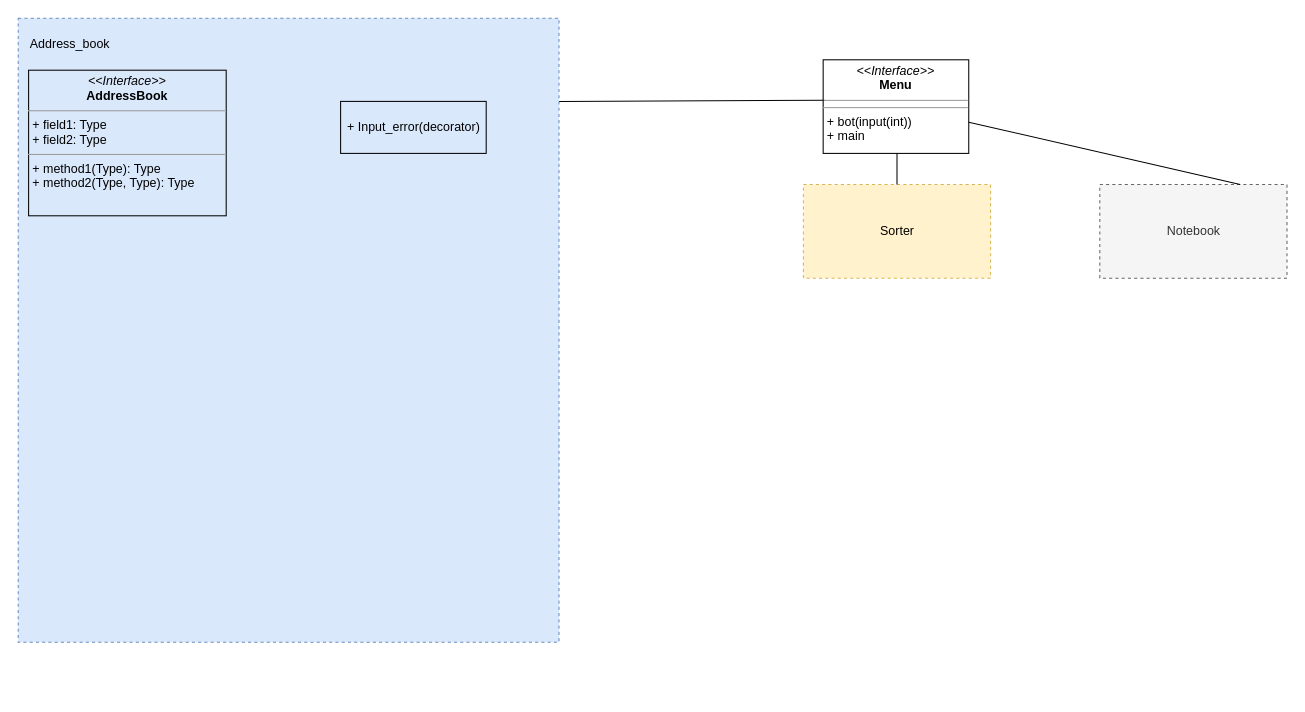
Before: Диаграмма без названия.drawio in shevtania/Project, a draw.io diagram. Source tidied: cells renumbered, new cells numbered last; positions are measured from the earlier drawing's top-left corner, leaving out a move shared by most shapes. Both pictures are drawn from the tidied source at 104%, with x=0, y=0 at pixel (18, 18).
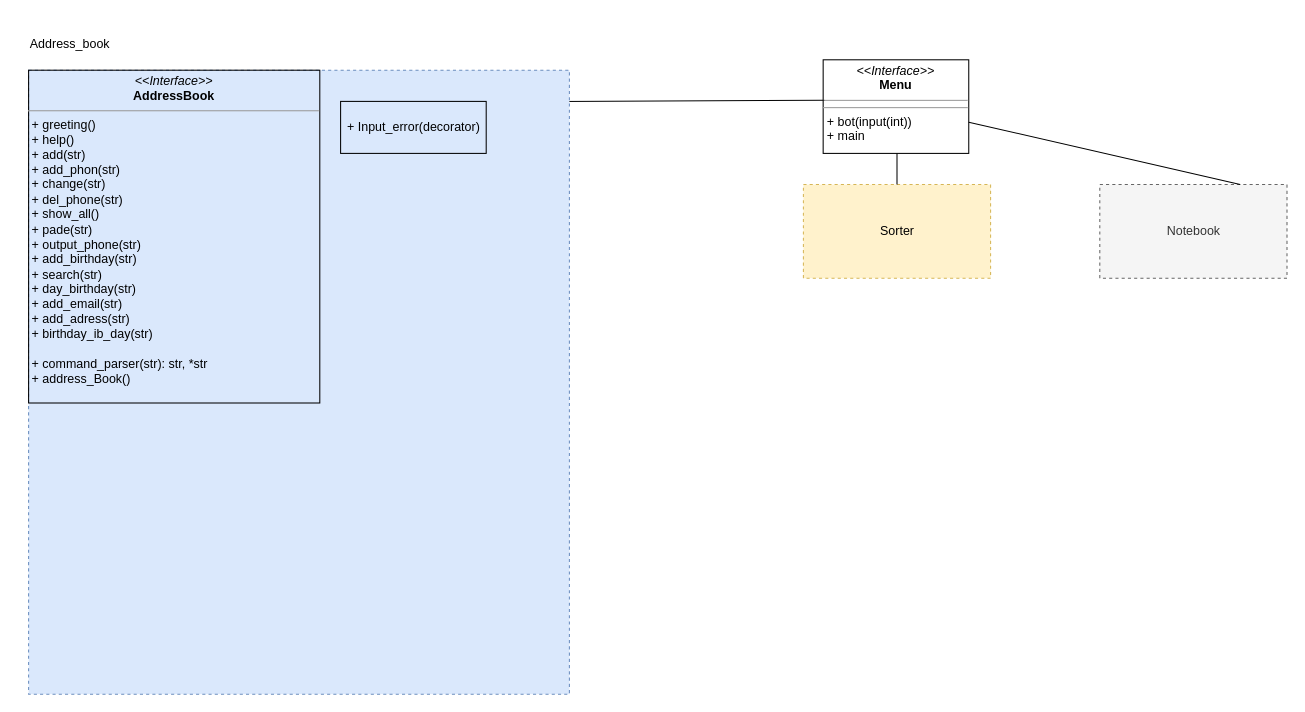
Above is the later version.

Diff of the diagram source:
```diff
@@
 <mxGraphModel>
   <root>
     <mxCell id="0" />
     <mxCell id="1" parent="0" />
     <mxCell id="2" value="&lt;p style=&quot;margin:0px;margin-top:4px;text-align:center;&quot;&gt;&lt;i&gt;&amp;lt;&amp;lt;Interface&amp;gt;&amp;gt;&lt;/i&gt;&lt;br&gt;&lt;b&gt;Menu&lt;/b&gt;&lt;br&gt;&lt;/p&gt;&lt;hr size=&quot;1&quot;&gt;&lt;hr size=&quot;1&quot;&gt;&lt;p style=&quot;margin:0px;margin-left:4px;&quot;&gt;+ bot(input(int))&lt;br&gt;+ main&lt;br&gt;&lt;/p&gt;" style="verticalAlign=top;align=left;overflow=fill;fontSize=12;fontFamily=Helvetica;html=1;" parent="1" vertex="1">
       <mxGeometry x="774" y="40" width="140" height="90" as="geometry" />
     </mxCell>
     <mxCell id="3" value="Sorter" style="html=1;dashed=1;fillColor=#fff2cc;strokeColor=#d6b656;" parent="1" vertex="1">
       <mxGeometry x="755" y="160" width="180" height="90" as="geometry" />
     </mxCell>
     <mxCell id="4" value="Notebook" style="html=1;dashed=1;fillColor=#f5f5f5;fontColor=#333333;strokeColor=#666666;" parent="1" vertex="1">
       <mxGeometry x="1040" y="160" width="180" height="90" as="geometry" />
     </mxCell>
     <mxCell id="5" style="endArrow=none;html=1;rounded=0;exitX=0.5;exitY=0;exitDx=0;exitDy=0;" parent="1" edge="1" source="3">
       <mxGeometry relative="1" as="geometry">
         <mxPoint x="845" y="130" as="targetPoint" />
       </mxGeometry>
     </mxCell>
     <mxCell id="6" style="endArrow=none;html=1;rounded=0;entryX=0.007;entryY=0.433;entryDx=0;entryDy=0;entryPerimeter=0;" parent="1" edge="1" target="2">
       <mxGeometry relative="1" as="geometry">
         <mxPoint x="520" y="80" as="sourcePoint" />
       </mxGeometry>
     </mxCell>
     <mxCell id="7" style="endArrow=none;html=1;rounded=0;entryX=0.75;entryY=0;entryDx=0;entryDy=0;" parent="1" edge="1" target="4">
       <mxGeometry relative="1" as="geometry">
         <mxPoint x="914" y="100" as="sourcePoint" />
       </mxGeometry>
     </mxCell>
     <mxCell id="8" style="rounded=0;whiteSpace=wrap;html=1;dashed=1;fillColor=#dae8fc;strokeColor=#6c8ebf;" parent="1" vertex="1">
-      <mxGeometry width="520" height="600" as="geometry" />
+      <mxGeometry x="10" y="50" width="520" height="600" as="geometry" />
     </mxCell>
     <mxCell id="9" value="Address_book" style="text;html=1;strokeColor=none;fillColor=none;align=center;verticalAlign=middle;whiteSpace=wrap;rounded=0;" parent="1" vertex="1">
       <mxGeometry x="20" y="10" width="60" height="30" as="geometry" />
     </mxCell>
-    <mxCell id="10" value="&lt;p style=&quot;margin:0px;margin-top:4px;text-align:center;&quot;&gt;&lt;i&gt;&amp;lt;&amp;lt;Interface&amp;gt;&amp;gt;&lt;/i&gt;&lt;br&gt;&lt;b&gt;AddressBook&lt;/b&gt;&lt;br&gt;&lt;/p&gt;&lt;hr size=&quot;1&quot;&gt;&lt;p style=&quot;margin:0px;margin-left:4px;&quot;&gt;+ field1: Type&lt;br&gt;+ field2: Type&lt;/p&gt;&lt;hr size=&quot;1&quot;&gt;&lt;p style=&quot;margin:0px;margin-left:4px;&quot;&gt;+ method1(Type): Type&lt;br&gt;+ method2(Type, Type): Type&lt;/p&gt;" style="verticalAlign=top;align=left;overflow=fill;fontSize=12;fontFamily=Helvetica;html=1;fillColor=none;" parent="1" vertex="1">
-      <mxGeometry x="10" y="50" width="190" height="140" as="geometry" />
+    <mxCell id="10" value="&lt;p style=&quot;margin:0px;margin-top:4px;text-align:center;&quot;&gt;&lt;i&gt;&amp;lt;&amp;lt;Interface&amp;gt;&amp;gt;&lt;/i&gt;&lt;br&gt;&lt;b&gt;AddressBook&lt;/b&gt;&lt;br&gt;&lt;/p&gt;&lt;hr size=&quot;1&quot;&gt;&lt;div&gt;&amp;nbsp;+ greeting()&lt;/div&gt;&lt;div&gt;&amp;nbsp;+ help()&lt;/div&gt;&lt;div&gt;&amp;nbsp;+ add(str)&lt;/div&gt;&lt;div&gt;&amp;nbsp;+ add_phon(str)&lt;/div&gt;&lt;div&gt;&amp;nbsp;+ change(str)&lt;/div&gt;&lt;div&gt;&amp;nbsp;+ del_phone(str)&lt;/div&gt;&lt;div&gt;&amp;nbsp;+ show_all()&lt;/div&gt;&lt;div&gt;&amp;nbsp;+ pade(str)&lt;/div&gt;&lt;div&gt;&amp;nbsp;+ output_phone(str)&lt;/div&gt;&lt;div&gt;&amp;nbsp;+ add_birthday(str)&lt;/div&gt;&lt;div&gt;&amp;nbsp;+ search(str)&lt;/div&gt;&lt;div&gt;&amp;nbsp;+ day_birthday(str)&lt;/div&gt;&lt;div&gt;&amp;nbsp;+ add_email(str)&lt;/div&gt;&lt;div&gt;&amp;nbsp;+ add_adress(str)&lt;/div&gt;&lt;div&gt;&amp;nbsp;+ birthday_ib_day(str)&lt;/div&gt;&lt;div&gt;&lt;br&gt;&lt;/div&gt;&lt;div&gt;&amp;nbsp;+ command_parser(str): str, *str&lt;/div&gt;&lt;div&gt;&amp;nbsp;+ address_Book()&lt;br&gt;&lt;/div&gt;&lt;div&gt;&lt;br&gt;&lt;/div&gt;&lt;div&gt;&lt;br&gt;&lt;/div&gt;" style="verticalAlign=top;align=left;overflow=fill;fontSize=12;fontFamily=Helvetica;html=1;fillColor=none;" parent="1" vertex="1">
+      <mxGeometry x="10" y="50" width="280" height="320" as="geometry" />
     </mxCell>
     <mxCell id="11" value="+ Input_error(decorator)" style="html=1;fillColor=none;" parent="1" vertex="1">
       <mxGeometry x="310" y="80" width="140" height="50" as="geometry" />
     </mxCell>
   </root>
 </mxGraphModel>
```
